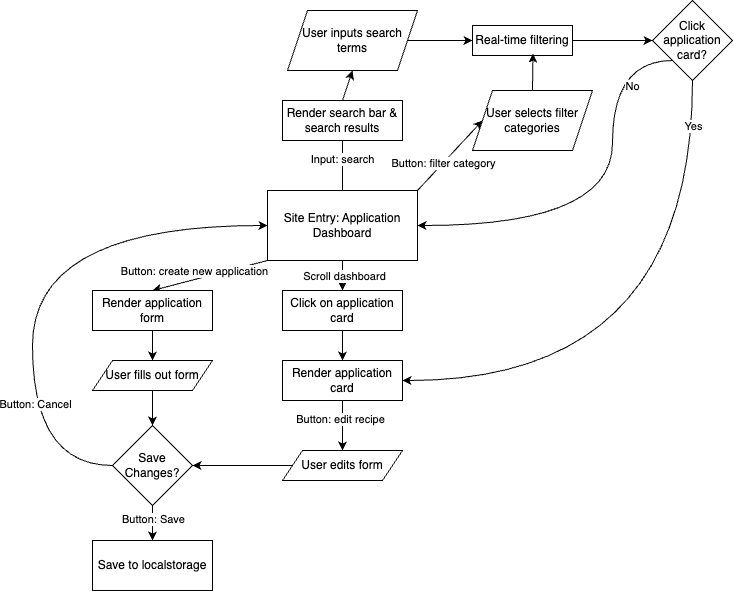
cse110-sp25-group12/cse110-sp25-group12 keeps this draw.io diagram as specs/brainstorm/flowchart.drawio.png. Above is the earlier version. Source tidied: cells renumbered, new cells last; positions are measured from the earlier drawing's top-left corner, leaving out a move shared by most shapes. Source of this version:
```xml
<mxGraphModel background="#FFFFFF">
  <root>
    <mxCell id="0" />
    <mxCell id="1" parent="0" />
    <mxCell id="2" style="edgeStyle=none;html=1;exitX=0;exitY=1;exitDx=0;exitDy=0;entryX=0.5;entryY=0;entryDx=0;entryDy=0;" parent="1" edge="1" source="10" target="12">
      <mxGeometry relative="1" as="geometry" />
    </mxCell>
    <mxCell id="3" value="Button: create new application" style="edgeLabel;html=1;align=center;verticalAlign=middle;" parent="2" vertex="1">
      <mxGeometry x="-0.27" y="-3" relative="1" as="geometry">
        <mxPoint x="-32" y="2" as="offset" />
      </mxGeometry>
    </mxCell>
    <mxCell id="4" style="edgeStyle=none;html=1;exitX=0.5;exitY=1;exitDx=0;exitDy=0;entryX=0.5;entryY=0;entryDx=0;entryDy=0;" parent="1" edge="1" source="10" target="17">
      <mxGeometry relative="1" as="geometry" />
    </mxCell>
    <mxCell id="5" value="Scroll dashboard" style="edgeLabel;html=1;align=center;verticalAlign=middle;" parent="4" vertex="1">
      <mxGeometry y="1" relative="1" as="geometry" />
    </mxCell>
    <mxCell id="6" style="edgeStyle=none;html=1;entryX=0.5;entryY=0;entryDx=0;entryDy=0;exitX=0.5;exitY=0;exitDx=0;exitDy=0;" parent="1" edge="1" source="10" target="22">
      <mxGeometry relative="1" as="geometry" />
    </mxCell>
    <mxCell id="7" value="Input: search" style="edgeLabel;html=1;align=center;verticalAlign=middle;" parent="6" vertex="1">
      <mxGeometry x="-0.26" y="1" relative="1" as="geometry" />
    </mxCell>
    <mxCell id="8" style="edgeStyle=none;html=1;exitX=1;exitY=0;exitDx=0;exitDy=0;entryX=0;entryY=0.5;entryDx=0;entryDy=0;" parent="1" edge="1" source="10" target="37">
      <mxGeometry relative="1" as="geometry" />
    </mxCell>
    <mxCell id="9" value="Button: filter category" style="edgeLabel;html=1;align=center;verticalAlign=middle;" parent="8" vertex="1">
      <mxGeometry x="-0.24" y="1" relative="1" as="geometry" />
    </mxCell>
    <mxCell id="10" value="Site Entry: Application Dashboard" style="rounded=0;whiteSpace=wrap;html=1;" parent="1" vertex="1">
      <mxGeometry x="235" y="190" width="150" height="70" as="geometry" />
    </mxCell>
    <mxCell id="11" style="edgeStyle=none;html=1;exitX=0.5;exitY=1;exitDx=0;exitDy=0;entryX=0.5;entryY=0;entryDx=0;entryDy=0;" parent="1" edge="1" source="12" target="14">
      <mxGeometry relative="1" as="geometry" />
    </mxCell>
    <mxCell id="12" value="Render application form" style="rounded=0;whiteSpace=wrap;html=1;" parent="1" vertex="1">
      <mxGeometry x="60" y="290" width="120" height="40" as="geometry" />
    </mxCell>
    <mxCell id="13" style="edgeStyle=none;html=1;exitX=0.5;exitY=1;exitDx=0;exitDy=0;entryX=0.5;entryY=0;entryDx=0;entryDy=0;" parent="1" edge="1" source="14" target="31">
      <mxGeometry relative="1" as="geometry" />
    </mxCell>
    <mxCell id="14" value="User fills out form" style="shape=parallelogram;perimeter=parallelogramPerimeter;whiteSpace=wrap;html=1;fixedSize=1;" parent="1" vertex="1">
      <mxGeometry x="60" y="360" width="120" height="30" as="geometry" />
    </mxCell>
    <mxCell id="15" value="Save to localstorage" style="rounded=0;whiteSpace=wrap;html=1;" parent="1" vertex="1">
      <mxGeometry x="60" y="540" width="120" height="50" as="geometry" />
    </mxCell>
    <mxCell id="16" style="edgeStyle=none;html=1;exitX=0.5;exitY=1;exitDx=0;exitDy=0;entryX=0.5;entryY=0;entryDx=0;entryDy=0;" parent="1" edge="1" source="17" target="20">
      <mxGeometry relative="1" as="geometry" />
    </mxCell>
    <mxCell id="17" value="Click&lt;span style=&quot;background-color: transparent;&quot;&gt;&amp;nbsp;on application card&lt;/span&gt;" style="rounded=0;whiteSpace=wrap;html=1;" parent="1" vertex="1">
      <mxGeometry x="250" y="290" width="120" height="40" as="geometry" />
    </mxCell>
    <mxCell id="18" style="edgeStyle=none;html=1;exitX=0.5;exitY=1;exitDx=0;exitDy=0;entryX=0.5;entryY=0;entryDx=0;entryDy=0;" parent="1" edge="1" source="20" target="26">
      <mxGeometry relative="1" as="geometry" />
    </mxCell>
    <mxCell id="19" value="Button: edit recipe" style="edgeLabel;html=1;align=center;verticalAlign=middle;" parent="18" vertex="1">
      <mxGeometry x="-0.27" y="-3" relative="1" as="geometry" />
    </mxCell>
    <mxCell id="20" value="Render application card" style="rounded=0;whiteSpace=wrap;html=1;" parent="1" vertex="1">
      <mxGeometry x="250" y="360" width="120" height="40" as="geometry" />
    </mxCell>
    <mxCell id="21" style="edgeStyle=none;html=1;exitX=0.5;exitY=0;exitDx=0;exitDy=0;entryX=0.5;entryY=1;entryDx=0;entryDy=0;" parent="1" edge="1" source="22" target="24">
      <mxGeometry relative="1" as="geometry" />
    </mxCell>
    <mxCell id="22" value="Render search bar &amp;amp; search results" style="rounded=0;whiteSpace=wrap;html=1;" parent="1" vertex="1">
      <mxGeometry x="250" y="100" width="120" height="40" as="geometry" />
    </mxCell>
    <mxCell id="23" style="edgeStyle=none;html=1;exitX=1;exitY=0.5;exitDx=0;exitDy=0;entryX=0;entryY=0.5;entryDx=0;entryDy=0;" parent="1" edge="1" source="24" target="39">
      <mxGeometry relative="1" as="geometry" />
    </mxCell>
    <mxCell id="24" value="User inputs search terms" style="shape=parallelogram;perimeter=parallelogramPerimeter;whiteSpace=wrap;html=1;fixedSize=1;" parent="1" vertex="1">
      <mxGeometry x="255" y="10" width="130" height="60" as="geometry" />
    </mxCell>
    <mxCell id="25" style="edgeStyle=none;html=1;exitX=0;exitY=0.5;exitDx=0;exitDy=0;entryX=1;entryY=0.5;entryDx=0;entryDy=0;" parent="1" edge="1" source="26" target="31">
      <mxGeometry relative="1" as="geometry" />
    </mxCell>
    <mxCell id="26" value="User edits form" style="shape=parallelogram;perimeter=parallelogramPerimeter;whiteSpace=wrap;html=1;fixedSize=1;" parent="1" vertex="1">
      <mxGeometry x="250" y="450" width="120" height="30" as="geometry" />
    </mxCell>
    <mxCell id="27" style="edgeStyle=none;html=1;exitX=0.5;exitY=1;exitDx=0;exitDy=0;entryX=0.5;entryY=0;entryDx=0;entryDy=0;" parent="1" edge="1" source="31" target="15">
      <mxGeometry relative="1" as="geometry" />
    </mxCell>
    <mxCell id="28" value="Button: Save" style="edgeLabel;html=1;align=center;verticalAlign=middle;" parent="27" vertex="1">
      <mxGeometry x="-0.26" relative="1" as="geometry" />
    </mxCell>
    <mxCell id="29" style="edgeStyle=orthogonalEdgeStyle;html=1;exitX=0;exitY=0.5;exitDx=0;exitDy=0;entryX=0;entryY=0.5;entryDx=0;entryDy=0;curved=1;" parent="1" edge="1" source="31" target="10">
      <mxGeometry relative="1" as="geometry">
        <Array as="points">
          <mxPoint y="465" />
          <mxPoint y="225" />
        </Array>
      </mxGeometry>
    </mxCell>
    <mxCell id="30" value="Button: Cancel" style="edgeLabel;html=1;align=center;verticalAlign=middle;" parent="29" vertex="1">
      <mxGeometry x="-0.49" y="-2" relative="1" as="geometry" />
    </mxCell>
    <mxCell id="31" value="Save Changes?" style="rhombus;whiteSpace=wrap;html=1;" parent="1" vertex="1">
      <mxGeometry x="80" y="425" width="80" height="80" as="geometry" />
    </mxCell>
    <mxCell id="32" style="edgeStyle=orthogonalEdgeStyle;curved=1;html=1;exitX=0;exitY=1;exitDx=0;exitDy=0;entryX=1;entryY=0.5;entryDx=0;entryDy=0;" parent="1" edge="1" source="36" target="10">
      <mxGeometry relative="1" as="geometry">
        <Array as="points">
          <mxPoint x="580" y="60" />
          <mxPoint x="580" y="225" />
        </Array>
      </mxGeometry>
    </mxCell>
    <mxCell id="33" value="No" style="edgeLabel;html=1;align=center;verticalAlign=middle;" parent="32" vertex="1">
      <mxGeometry x="-0.6" y="19" relative="1" as="geometry" />
    </mxCell>
    <mxCell id="34" style="edgeStyle=orthogonalEdgeStyle;curved=1;html=1;exitX=0.5;exitY=1;exitDx=0;exitDy=0;entryX=1;entryY=0.5;entryDx=0;entryDy=0;" parent="1" edge="1" source="36" target="20">
      <mxGeometry relative="1" as="geometry" />
    </mxCell>
    <mxCell id="35" value="Yes" style="edgeLabel;html=1;align=center;verticalAlign=middle;" parent="34" vertex="1">
      <mxGeometry x="-0.84" relative="1" as="geometry" />
    </mxCell>
    <mxCell id="36" value="Click application card?" style="rhombus;whiteSpace=wrap;html=1;" parent="1" vertex="1">
      <mxGeometry x="620" width="80" height="80" as="geometry" />
    </mxCell>
    <mxCell id="37" value="User selects filter categories" style="shape=parallelogram;perimeter=parallelogramPerimeter;whiteSpace=wrap;html=1;fixedSize=1;" parent="1" vertex="1">
      <mxGeometry x="440" y="90" width="120" height="60" as="geometry" />
    </mxCell>
    <mxCell id="38" style="edgeStyle=none;html=1;exitX=1;exitY=0.5;exitDx=0;exitDy=0;entryX=0;entryY=0.5;entryDx=0;entryDy=0;" parent="1" edge="1" source="39" target="36">
      <mxGeometry relative="1" as="geometry" />
    </mxCell>
    <mxCell id="39" value="Real-time filtering" style="rounded=0;whiteSpace=wrap;html=1;" parent="1" vertex="1">
      <mxGeometry x="440" y="25" width="100" height="30" as="geometry" />
    </mxCell>
    <mxCell id="40" style="edgeStyle=none;html=1;exitX=0.5;exitY=0;exitDx=0;exitDy=0;entryX=0.605;entryY=0.933;entryDx=0;entryDy=0;entryPerimeter=0;" parent="1" edge="1" source="37" target="39">
      <mxGeometry relative="1" as="geometry" />
    </mxCell>
  </root>
</mxGraphModel>
```
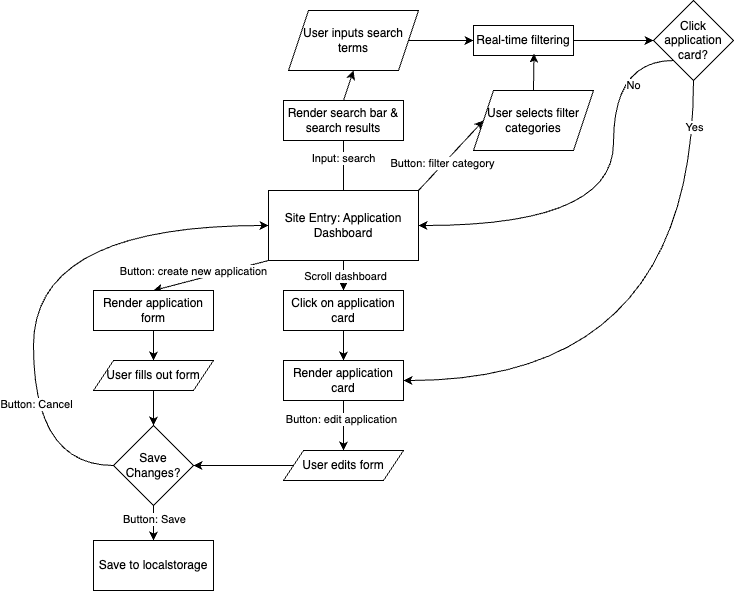
Above is the later version.

The edit, as a diff of the source:
```diff
@@ -55,7 +55,7 @@
     <mxCell id="18" style="edgeStyle=none;html=1;exitX=0.5;exitY=1;exitDx=0;exitDy=0;entryX=0.5;entryY=0;entryDx=0;entryDy=0;" parent="1" edge="1" source="20" target="26">
       <mxGeometry relative="1" as="geometry" />
     </mxCell>
-    <mxCell id="19" value="Button: edit recipe" style="edgeLabel;html=1;align=center;verticalAlign=middle;" parent="18" vertex="1">
+    <mxCell id="19" value="Button: edit application" style="edgeLabel;html=1;align=center;verticalAlign=middle;" parent="18" vertex="1">
       <mxGeometry x="-0.27" y="-3" relative="1" as="geometry" />
     </mxCell>
     <mxCell id="20" value="Render application card" style="rounded=0;whiteSpace=wrap;html=1;" parent="1" vertex="1">
```
